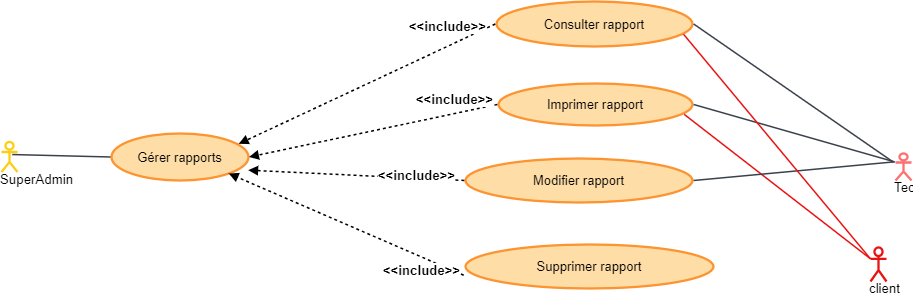
Above: Diagramme sans nom.drawio.png in ELDERO-coder/ELDERO-coder (draw.io), before the change. Source tidied: cells renumbered, new cells last; positions are measured from the earlier drawing's top-left corner, leaving out a move shared by most shapes.
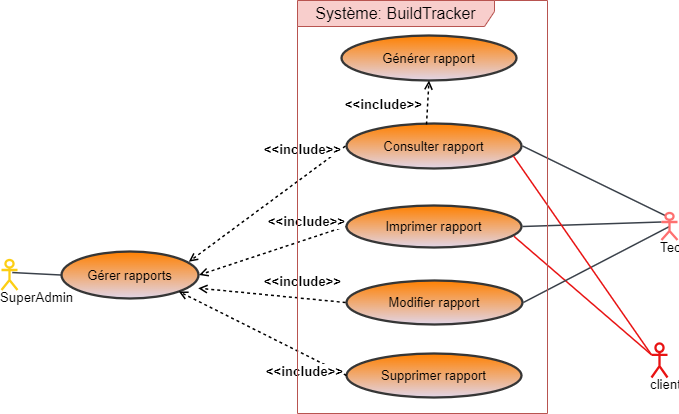
Above is the later version.

Commit message:
Mettre à jour Diagramme sans nom.drawio.png

Diff of the diagram source:
```diff
@@ -3,27 +3,27 @@
     <mxCell id="0" />
     <mxCell id="1" parent="0" />
     <mxCell id="2" value="SuperAdmin" style="html=1;overflow=block;blockSpacing=1;shape=umlActor;labelPosition=center;verticalLabelPosition=bottom;verticalAlign=top;whiteSpace=nowrap;fontSize=13.3;fontColor=default;align=center;spacing=0;strokeColor=#fcce14;strokeOpacity=100;rounded=1;absoluteArcSize=1;arcSize=9;strokeWidth=2.3;lucidId=EdapDtvQrvRW;" parent="1" vertex="1">
-      <mxGeometry y="140.5" width="16" height="30" as="geometry" />
+      <mxGeometry x="344" y="136.5" width="16" height="30" as="geometry" />
     </mxCell>
     <mxCell id="3" style="html=1;jettySize=18;whiteSpace=wrap;fontSize=13;strokeColor=#3a414a;strokeOpacity=100;strokeWidth=1.5;rounded=0;startArrow=none;endArrow=none;exitX=0.672;exitY=0.418;exitPerimeter=0;entryX=-0.004;entryY=0.5;entryPerimeter=0;lucidId=EdapSL9WWYfo;" parent="1" edge="1" source="2" target="8">
       <mxGeometry relative="1" as="geometry" />
     </mxCell>
-    <mxCell id="4" value="Consulter rapport" style="html=1;overflow=block;blockSpacing=1;whiteSpace=wrap;ellipse;fontSize=13;fontColor=default;spacing=3.8;strokeColor=#fc9432;strokeOpacity=100;fillOpacity=100;rounded=1;absoluteArcSize=1;arcSize=9;fillColor=#ffdda6;strokeWidth=2.3;lucidId=EdapLlGmeyIm;" parent="1" vertex="1">
-      <mxGeometry x="495" width="196" height="45" as="geometry" />
+    <mxCell id="4" value="Consulter rapport" style="html=1;overflow=block;blockSpacing=1;whiteSpace=wrap;ellipse;fontSize=13;fontColor=default;spacing=3.8;strokeColor=#363636;strokeOpacity=100;fillOpacity=100;rounded=1;absoluteArcSize=1;arcSize=9;fillColor=#FF8000;strokeWidth=2.3;lucidId=EdapLlGmeyIm;gradientColor=#E1D5E7;" parent="1" vertex="1">
+      <mxGeometry x="689" width="175" height="45" as="geometry" />
     </mxCell>
-    <mxCell id="5" value="Modifier rapport" style="html=1;overflow=block;blockSpacing=1;whiteSpace=wrap;ellipse;fontSize=13;fontColor=default;spacing=3.8;strokeColor=#fc9432;strokeOpacity=100;fillOpacity=100;rounded=1;absoluteArcSize=1;arcSize=9;fillColor=#ffdda6;strokeWidth=2.3;lucidId=EdapDaNOhEYJ;" parent="1" vertex="1">
-      <mxGeometry x="464" y="157" width="227" height="44" as="geometry" />
+    <mxCell id="5" value="Modifier rapport" style="html=1;overflow=block;blockSpacing=1;whiteSpace=wrap;ellipse;fontSize=13;fontColor=default;spacing=3.8;strokeColor=#363636;strokeOpacity=100;fillOpacity=100;rounded=1;absoluteArcSize=1;arcSize=9;fillColor=#FF8000;strokeWidth=2.3;lucidId=EdapDaNOhEYJ;gradientColor=#E1D5E7;" parent="1" vertex="1">
+      <mxGeometry x="689" y="157" width="176" height="44" as="geometry" />
     </mxCell>
-    <mxCell id="6" value="Imprimer rapport" style="html=1;overflow=block;blockSpacing=1;whiteSpace=wrap;ellipse;fontSize=13;fontColor=default;spacing=3.8;strokeColor=#fc9432;strokeOpacity=100;fillOpacity=100;rounded=1;absoluteArcSize=1;arcSize=9;fillColor=#ffdda6;strokeWidth=2.3;lucidId=EdapA0sPQWrS;" parent="1" vertex="1">
-      <mxGeometry x="497" y="82" width="194" height="42" as="geometry" />
+    <mxCell id="6" value="Imprimer rapport" style="html=1;overflow=block;blockSpacing=1;whiteSpace=wrap;ellipse;fontSize=13;fontColor=default;spacing=3.8;strokeColor=#363636;strokeOpacity=100;fillOpacity=100;rounded=1;absoluteArcSize=1;arcSize=9;fillColor=#FF8000;strokeWidth=2.3;lucidId=EdapA0sPQWrS;gradientColor=#E1D5E7;" parent="1" vertex="1">
+      <mxGeometry x="689" y="82" width="175" height="42" as="geometry" />
     </mxCell>
-    <mxCell id="7" value="Supprimer rapport" style="html=1;overflow=block;blockSpacing=1;whiteSpace=wrap;ellipse;fontSize=13;fontColor=default;spacing=3.8;strokeColor=#fc9432;strokeOpacity=100;fillOpacity=100;rounded=1;absoluteArcSize=1;arcSize=9;fillColor=#ffdda6;strokeWidth=2.3;lucidId=EdapEycXJPJT;" parent="1" vertex="1">
-      <mxGeometry x="464" y="243" width="248" height="44" as="geometry" />
+    <mxCell id="7" value="Supprimer rapport" style="html=1;overflow=block;blockSpacing=1;whiteSpace=wrap;ellipse;fontSize=13;fontColor=default;spacing=3.8;strokeColor=#363636;strokeOpacity=100;fillOpacity=100;rounded=1;absoluteArcSize=1;arcSize=9;fillColor=#FF8000;strokeWidth=2.3;lucidId=EdapEycXJPJT;gradientColor=#E1D5E7;" parent="1" vertex="1">
+      <mxGeometry x="689" y="230" width="175" height="44" as="geometry" />
     </mxCell>
-    <mxCell id="8" value="Gérer rapports" style="html=1;overflow=block;blockSpacing=1;whiteSpace=wrap;ellipse;fontSize=13;fontColor=default;spacing=3.8;strokeColor=#fc9432;strokeOpacity=100;fillOpacity=100;rounded=1;absoluteArcSize=1;arcSize=9;fillColor=#ffdda6;strokeWidth=2.3;lucidId=EdapEKNcDOp6;" parent="1" vertex="1">
-      <mxGeometry x="110" y="132" width="137" height="47" as="geometry" />
+    <mxCell id="8" value="Gérer rapports" style="html=1;overflow=block;blockSpacing=1;whiteSpace=wrap;ellipse;fontSize=13;fontColor=default;spacing=3.8;strokeColor=#363636;strokeOpacity=100;fillOpacity=100;rounded=1;absoluteArcSize=1;arcSize=9;fillColor=#FF8000;strokeWidth=2.3;lucidId=EdapEKNcDOp6;gradientColor=#E1D5E7;" parent="1" vertex="1">
+      <mxGeometry x="404" y="128" width="137" height="47" as="geometry" />
     </mxCell>
-    <mxCell id="9" style="html=1;jettySize=18;whiteSpace=wrap;fontSize=13;strokeOpacity=100;dashed=1;fixDash=1;strokeWidth=1.5;rounded=0;startArrow=none;endArrow=block;endFill=1;exitX=-0.006;exitY=0.5;exitPerimeter=0;entryX=0.929;entryY=0.219;entryPerimeter=0;lucidId=Edap_zkiXaoq;" parent="1" edge="1" source="4" target="8">
+    <mxCell id="9" style="html=1;jettySize=18;whiteSpace=wrap;fontSize=13;strokeOpacity=100;dashed=1;fixDash=1;strokeWidth=1.5;rounded=0;startArrow=none;endArrow=open;endFill=0;exitX=-0.006;exitY=0.5;exitPerimeter=0;entryX=0.929;entryY=0.219;entryPerimeter=0;lucidId=Edap_zkiXaoq;" parent="1" edge="1" source="4" target="8">
       <mxGeometry relative="1" as="geometry" />
     </mxCell>
     <mxCell id="10" value="&amp;lt;&amp;lt;include&amp;gt;&amp;gt;" style="text;html=1;labelBackgroundColor=default;align=center;verticalAlign=middle;fontStyle=1;fontColor=default;fontSize=13.3;" parent="9" vertex="1">
@@ -34,7 +34,7 @@
     <mxCell id="11" style="edgeStyle=orthogonalEdgeStyle;rounded=0;orthogonalLoop=1;jettySize=auto;html=1;exitX=0;exitY=0;exitDx=0;exitDy=0;" parent="9" edge="1" source="10" target="10">
       <mxGeometry relative="1" as="geometry" />
     </mxCell>
-    <mxCell id="12" style="html=1;jettySize=18;whiteSpace=wrap;fontSize=13;strokeOpacity=100;dashed=1;fixDash=1;strokeWidth=1.5;rounded=0;startArrow=none;endArrow=block;endFill=1;exitX=-0.006;exitY=0.5;exitPerimeter=0;entryX=1.004;entryY=0.5;entryPerimeter=0;lucidId=EdapCCRA5AAs;" parent="1" edge="1" source="6" target="8">
+    <mxCell id="12" style="html=1;jettySize=18;whiteSpace=wrap;fontSize=13;strokeOpacity=100;dashed=1;fixDash=1;strokeWidth=1.5;rounded=0;startArrow=none;endArrow=open;endFill=0;exitX=-0.006;exitY=0.5;exitPerimeter=0;entryX=1.004;entryY=0.5;entryPerimeter=0;lucidId=EdapCCRA5AAs;" parent="1" edge="1" source="6" target="8">
       <mxGeometry relative="1" as="geometry" />
     </mxCell>
     <mxCell id="13" value="&amp;lt;&amp;lt;include&amp;gt;&amp;gt;" style="text;html=1;labelBackgroundColor=default;align=center;verticalAlign=middle;fontStyle=1;fontColor=default;fontSize=13.3;" parent="12" vertex="1">
@@ -45,18 +45,16 @@
     <mxCell id="14" style="edgeStyle=orthogonalEdgeStyle;rounded=0;orthogonalLoop=1;jettySize=auto;html=1;exitX=0;exitY=0;exitDx=0;exitDy=0;" parent="12" edge="1" source="13" target="13">
       <mxGeometry relative="1" as="geometry" />
     </mxCell>
-    <mxCell id="15" style="html=1;jettySize=18;whiteSpace=wrap;fontSize=13;strokeOpacity=100;dashed=1;fixDash=1;strokeWidth=1.5;rounded=0;startArrow=none;endArrow=block;endFill=1;exitX=-0.005;exitY=0.5;exitPerimeter=0;lucidId=EdapxtqRPqO-;entryX=0.998;entryY=0.78;entryDx=0;entryDy=0;entryPerimeter=0;" parent="1" edge="1" source="5" target="8">
+    <mxCell id="15" style="html=1;jettySize=18;whiteSpace=wrap;fontSize=13;strokeOpacity=100;dashed=1;fixDash=1;strokeWidth=1.5;rounded=0;startArrow=none;endArrow=open;endFill=0;exitX=-0.005;exitY=0.5;exitPerimeter=0;lucidId=EdapxtqRPqO-;entryX=0.998;entryY=0.78;entryDx=0;entryDy=0;entryPerimeter=0;" parent="1" edge="1" source="5" target="8">
       <mxGeometry relative="1" as="geometry" />
     </mxCell>
     <mxCell id="16" value="&amp;lt;&amp;lt;include&amp;gt;&amp;gt;" style="text;html=1;labelBackgroundColor=default;align=center;verticalAlign=middle;fontStyle=1;fontColor=default;fontSize=13.3;" parent="15" vertex="1">
       <mxGeometry x="-0.87" relative="1" as="geometry">
-        <mxPoint x="-34" y="-5" as="offset" />
+        <mxPoint x="-34" y="-21" as="offset" />
       </mxGeometry>
     </mxCell>
-    <mxCell id="17" style="html=1;jettySize=18;whiteSpace=wrap;fontSize=13;strokeOpacity=100;dashed=1;fixDash=1;strokeWidth=1.5;rounded=0;startArrow=none;endArrow=block;endFill=1;exitX=-0.005;exitY=0.5;exitPerimeter=0;entryX=1;entryY=1;lucidId=EdapTXEsLvvV;entryDx=0;entryDy=0;" parent="1" edge="1" target="8">
-      <mxGeometry relative="1" as="geometry">
-        <mxPoint x="462.2" y="273.8" as="sourcePoint" />
-      </mxGeometry>
+    <mxCell id="17" style="html=1;jettySize=18;whiteSpace=wrap;fontSize=13;strokeOpacity=100;dashed=1;fixDash=1;strokeWidth=1.5;rounded=0;startArrow=none;endArrow=open;endFill=0;exitX=0;exitY=0.5;entryX=1;entryY=1;lucidId=EdapTXEsLvvV;entryDx=0;entryDy=0;exitDx=0;exitDy=0;" parent="1" edge="1" source="7" target="8">
+      <mxGeometry relative="1" as="geometry" />
     </mxCell>
     <mxCell id="18" value="&amp;lt;&amp;lt;include&amp;gt;&amp;gt;" style="text;html=1;labelBackgroundColor=default;align=center;verticalAlign=middle;fontStyle=1;fontColor=default;fontSize=13.3;" parent="17" vertex="1">
       <mxGeometry x="-1" relative="1" as="geometry">
@@ -64,31 +62,44 @@
       </mxGeometry>
     </mxCell>
     <mxCell id="19" value="client" style="html=1;overflow=block;blockSpacing=1;shape=umlActor;labelPosition=center;verticalLabelPosition=bottom;verticalAlign=top;whiteSpace=nowrap;fontSize=13.3;fontColor=default;align=center;spacing=0;strokeColor=#e81313;strokeOpacity=100;rounded=1;absoluteArcSize=1;arcSize=9;strokeWidth=2.3;lucidId=EdapZiPm6NtK;" parent="1" vertex="1">
-      <mxGeometry x="869" y="246" width="16" height="34" as="geometry" />
+      <mxGeometry x="994" y="220" width="16" height="34" as="geometry" />
     </mxCell>
     <mxCell id="20" style="html=1;jettySize=18;whiteSpace=wrap;fontSize=13;strokeColor=#e81313;strokeOpacity=100;strokeWidth=1.5;rounded=0;startArrow=none;endArrow=none;exitX=0;exitY=0.3333333333333333;exitPerimeter=0;entryX=0.957;entryY=0.734;entryPerimeter=0;lucidId=Edapx-0KuR4d;exitDx=0;exitDy=0;" parent="1" edge="1" source="19" target="6">
       <mxGeometry relative="1" as="geometry" />
     </mxCell>
-    <mxCell id="21" style="html=1;jettySize=18;whiteSpace=wrap;fontSize=13;strokeColor=#3a414a;strokeOpacity=100;strokeWidth=1.5;rounded=0;startArrow=none;endArrow=none;exitX=0.414;exitY=-0.02;exitPerimeter=0;entryX=1.006;entryY=0.5;entryPerimeter=0;lucidId=EdapE-DtPdI8;" parent="1" edge="1" target="4">
-      <mxGeometry relative="1" as="geometry">
-        <mxPoint x="891.6" y="160.5" as="sourcePoint" />
-      </mxGeometry>
+    <mxCell id="21" style="html=1;jettySize=18;whiteSpace=wrap;fontSize=13;strokeColor=#3a414a;strokeOpacity=100;strokeWidth=1.5;rounded=0;startArrow=none;endArrow=none;exitX=0.25;exitY=0.1;exitPerimeter=0;entryX=1.006;entryY=0.5;entryPerimeter=0;lucidId=EdapE-DtPdI8;exitDx=0;exitDy=0;" parent="1" edge="1" source="25" target="4">
+      <mxGeometry relative="1" as="geometry" />
     </mxCell>
-    <mxCell id="22" style="html=1;jettySize=18;whiteSpace=wrap;fontSize=13;strokeColor=#3a414a;strokeOpacity=100;strokeWidth=1.5;rounded=0;startArrow=none;endArrow=none;exitX=0.5;exitY=-0.025;exitPerimeter=0;entryX=1.006;entryY=0.5;entryPerimeter=0;lucidId=EdapKtZ9rQfG;" parent="1" edge="1" target="6">
-      <mxGeometry relative="1" as="geometry">
-        <mxPoint x="893" y="160.3" as="sourcePoint" />
-      </mxGeometry>
+    <mxCell id="22" style="html=1;jettySize=18;whiteSpace=wrap;fontSize=13;strokeColor=#3a414a;strokeOpacity=100;strokeWidth=1.5;rounded=0;startArrow=none;endArrow=none;exitX=0;exitY=0.3333333333333333;exitPerimeter=0;entryX=1.006;entryY=0.5;entryPerimeter=0;lucidId=EdapKtZ9rQfG;exitDx=0;exitDy=0;" parent="1" edge="1" source="25" target="6">
+      <mxGeometry relative="1" as="geometry" />
     </mxCell>
-    <mxCell id="23" style="html=1;jettySize=18;whiteSpace=wrap;fontSize=13;strokeColor=#3a414a;strokeOpacity=100;strokeWidth=1.5;rounded=0;startArrow=none;endArrow=none;exitX=0.5;exitY=-0.025;exitPerimeter=0;entryX=1.005;entryY=0.5;entryPerimeter=0;lucidId=EdapS~orT1pC;" parent="1" edge="1" target="5">
-      <mxGeometry relative="1" as="geometry">
-        <mxPoint x="893" y="160.3" as="sourcePoint" />
-      </mxGeometry>
+    <mxCell id="23" style="html=1;jettySize=18;whiteSpace=wrap;fontSize=13;strokeColor=#3a414a;strokeOpacity=100;strokeWidth=1.5;rounded=0;startArrow=none;endArrow=none;exitX=0.5;exitY=0.5;exitPerimeter=0;entryX=1.005;entryY=0.5;entryPerimeter=0;lucidId=EdapS~orT1pC;exitDx=0;exitDy=0;" parent="1" edge="1" source="25" target="5">
+      <mxGeometry relative="1" as="geometry" />
     </mxCell>
     <mxCell id="24" style="html=1;jettySize=18;whiteSpace=wrap;fontSize=13;strokeColor=#e81313;strokeOpacity=100;strokeWidth=1.5;rounded=0;startArrow=none;endArrow=none;exitX=0;exitY=0.3333333333333333;exitPerimeter=0;lucidId=Edapx-0KuR4d;entryX=0.954;entryY=0.726;entryDx=0;entryDy=0;entryPerimeter=0;exitDx=0;exitDy=0;" parent="1" edge="1" source="19" target="4">
       <mxGeometry relative="1" as="geometry" />
     </mxCell>
     <mxCell id="25" value="Techniciens" style="html=1;overflow=block;blockSpacing=1;shape=umlActor;labelPosition=center;verticalLabelPosition=bottom;verticalAlign=top;whiteSpace=nowrap;fontSize=13.3;fontColor=default;align=center;spacing=0;strokeColor=#fe7070;strokeOpacity=100;rounded=1;absoluteArcSize=1;arcSize=9;strokeWidth=2.3;lucidId=EdapyRjX.ksk;" parent="1" vertex="1">
-      <mxGeometry x="894" y="152" width="16" height="27" as="geometry" />
+      <mxGeometry x="1004" y="89.5" width="16" height="27" as="geometry" />
     </mxCell>
+    <mxCell id="26" value="Système: BuildTracker" style="shape=umlFrame;whiteSpace=wrap;html=1;fontSize=16;width=197;height=26;fillColor=#f8cecc;strokeColor=#b85450;" parent="1" vertex="1">
+      <mxGeometry x="640" y="-123" width="250" height="413" as="geometry" />
+    </mxCell>
+    <mxCell id="27" value="Générer rapport" style="html=1;overflow=block;blockSpacing=1;whiteSpace=wrap;ellipse;fontSize=13;fontColor=default;spacing=3.8;strokeColor=#363636;strokeOpacity=100;fillOpacity=100;rounded=1;absoluteArcSize=1;arcSize=9;fillColor=#FF8000;strokeWidth=2.3;lucidId=EdapLlGmeyIm;gradientColor=#E1D5E7;" parent="1" vertex="1">
+      <mxGeometry x="684" y="-88" width="175" height="45" as="geometry" />
+    </mxCell>
+    <mxCell id="28" style="html=1;jettySize=18;whiteSpace=wrap;fontSize=13;strokeOpacity=100;dashed=1;fixDash=1;strokeWidth=1.5;rounded=0;startArrow=none;endArrow=open;endFill=0;entryX=0.5;entryY=1;lucidId=Edap_zkiXaoq;entryDx=0;entryDy=0;" parent="1" edge="1" target="27">
+      <mxGeometry relative="1" as="geometry">
+        <mxPoint x="769" y="1" as="sourcePoint" />
+      </mxGeometry>
+    </mxCell>
+    <mxCell id="29" value="&amp;lt;&amp;lt;include&amp;gt;&amp;gt;" style="text;html=1;labelBackgroundColor=default;align=center;verticalAlign=middle;fontStyle=1;fontColor=default;fontSize=13.3;" parent="28" vertex="1">
+      <mxGeometry x="-0.89" relative="1" as="geometry">
+        <mxPoint x="-44" y="-19" as="offset" />
+      </mxGeometry>
+    </mxCell>
+    <mxCell id="30" style="edgeStyle=orthogonalEdgeStyle;rounded=0;orthogonalLoop=1;jettySize=auto;html=1;exitX=0;exitY=0;exitDx=0;exitDy=0;" parent="28" edge="1" source="29" target="29">
+      <mxGeometry relative="1" as="geometry" />
+    </mxCell>
   </root>
 </mxGraphModel>
```
